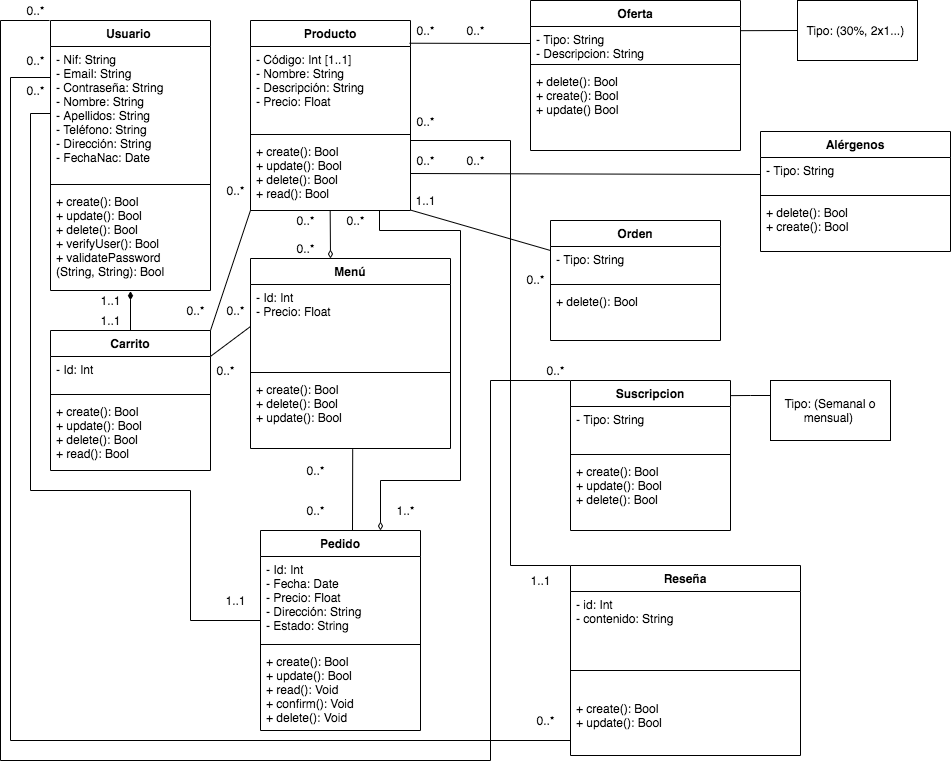
The draw.io diagram WabiSabi.png in danielapedroche/grupo-5, before a commit. Source tidied: cells renumbered, new cells last; positions are measured from the earlier drawing's top-left corner, leaving out a move shared by most shapes.
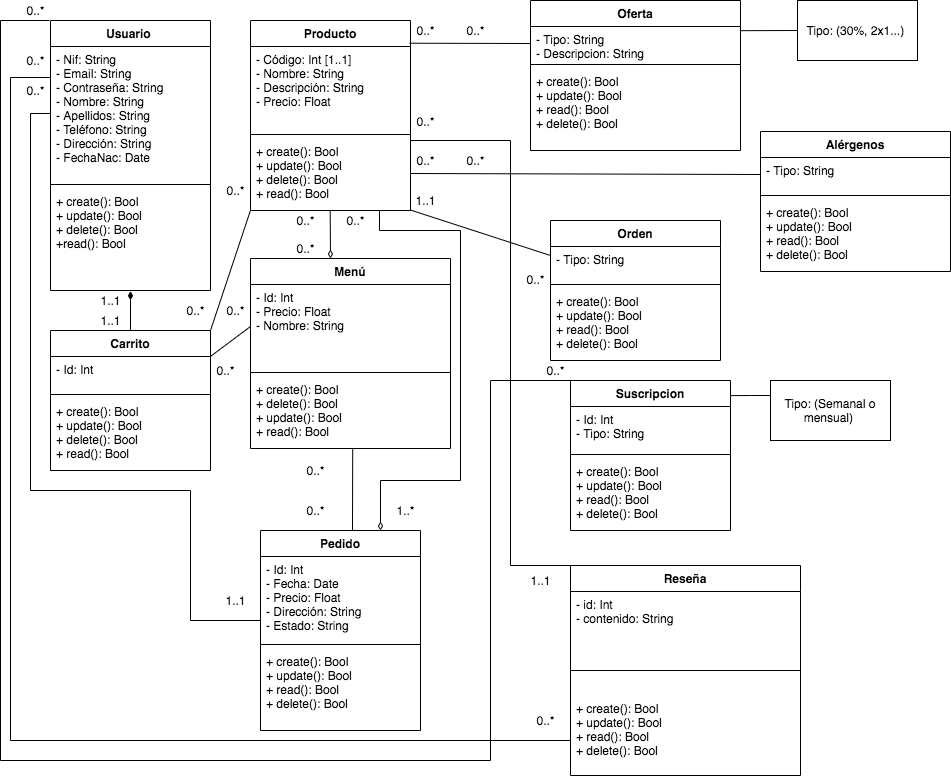
Later version of the same file.

The edit, as a diff of the source:
```diff
@@ -22,7 +22,7 @@
     <mxCell id="5" style="line;strokeWidth=1;fillColor=none;align=left;verticalAlign=middle;spacingTop=-1;spacingLeft=3;spacingRight=3;labelPosition=right;" parent="3" vertex="1">
       <mxGeometry y="160" width="160" height="8" as="geometry" />
     </mxCell>
-    <mxCell id="6" value="+ create(): Bool&#10;+ update(): Bool&#10;+ delete(): Bool&#10;+ verifyUser(): Bool&#10;+ validatePassword&#10;(String, String): Bool &#10;&#10;&#10;" style="text;strokeColor=none;fillColor=none;align=left;verticalAlign=top;spacingLeft=4;spacingRight=4;overflow=hidden;points=[[0,0.5],[1,0.5]];portConstraint=eastwest;" parent="3" vertex="1">
+    <mxCell id="6" value="+ create(): Bool&#10;+ update(): Bool&#10;+ delete(): Bool&#10;+read(): Bool" style="text;strokeColor=none;fillColor=none;align=left;verticalAlign=top;spacingLeft=4;spacingRight=4;overflow=hidden;points=[[0,0.5],[1,0.5]];portConstraint=eastwest;" parent="3" vertex="1">
       <mxGeometry y="168" width="160" height="102" as="geometry" />
     </mxCell>
     <mxCell id="7" value="Producto" style="swimlane;fontStyle=1;align=center;verticalAlign=top;horizontal=1;startSize=26;" parent="1" vertex="1">
@@ -46,7 +46,7 @@
     <mxCell id="13" style="line;strokeWidth=1;fillColor=none;align=left;verticalAlign=middle;spacingTop=-1;spacingLeft=3;spacingRight=3;labelPosition=right;" parent="11" vertex="1">
       <mxGeometry y="60" width="210" height="8" as="geometry" />
     </mxCell>
-    <mxCell id="14" value="+ delete(): Bool&#10;+ create(): Bool&#10;+ update() Bool" style="text;strokeColor=none;fillColor=none;align=left;verticalAlign=top;spacingLeft=4;spacingRight=4;overflow=hidden;" parent="11" vertex="1">
+    <mxCell id="14" value="+ create(): Bool&#10;+ update(): Bool&#10;+ read(): Bool&#10;+ delete(): Bool" style="text;strokeColor=none;fillColor=none;align=left;verticalAlign=top;spacingLeft=4;spacingRight=4;overflow=hidden;" parent="11" vertex="1">
       <mxGeometry y="68" width="210" height="82" as="geometry" />
     </mxCell>
     <mxCell id="15" value="Tipo: (30%, 2x1...)&amp;nbsp;" style="rounded=0;whiteSpace=wrap;html=1;" parent="1" vertex="1">
@@ -64,7 +64,7 @@
     <mxCell id="19" style="line;strokeWidth=1;fillColor=none;align=left;verticalAlign=middle;spacingTop=-1;spacingLeft=3;spacingRight=3;labelPosition=right;" parent="17" vertex="1">
       <mxGeometry y="110" width="160" height="8" as="geometry" />
     </mxCell>
-    <mxCell id="20" value="+ create(): Bool&#10;+ update(): Bool&#10;+ read(): Void&#10;+ confirm(): Void&#10;+ delete(): Void&#10;" style="text;strokeColor=none;fillColor=none;align=left;verticalAlign=top;spacingLeft=4;spacingRight=4;overflow=hidden;" parent="17" vertex="1">
+    <mxCell id="20" value="+ create(): Bool&#10;+ update(): Bool&#10;+ read(): Bool&#10;+ delete(): Bool" style="text;strokeColor=none;fillColor=none;align=left;verticalAlign=top;spacingLeft=4;spacingRight=4;overflow=hidden;" parent="17" vertex="1">
       <mxGeometry y="118" width="160" height="82" as="geometry" />
     </mxCell>
     <mxCell id="21" value="Carrito" style="swimlane;fontStyle=1;align=center;verticalAlign=top;horizontal=1;startSize=26;" parent="1" vertex="1">
@@ -80,7 +80,7 @@
       <mxGeometry y="68" width="160" height="72" as="geometry" />
     </mxCell>
     <mxCell id="25" value="Alérgenos" style="swimlane;fontStyle=1;align=center;verticalAlign=top;horizontal=1;startSize=26;" parent="1" vertex="1">
-      <mxGeometry x="760" y="131" width="190" height="120" as="geometry" />
+      <mxGeometry x="760" y="131" width="190" height="140" as="geometry" />
     </mxCell>
     <mxCell id="26" value="- Tipo: String" style="text;strokeColor=none;fillColor=none;align=left;verticalAlign=top;spacingLeft=4;spacingRight=4;overflow=hidden;points=[[0,0.5],[1,0.5]];portConstraint=eastwest;" parent="25" vertex="1">
       <mxGeometry y="26" width="190" height="34" as="geometry" />
@@ -88,11 +88,11 @@
     <mxCell id="27" style="line;strokeWidth=1;fillColor=none;align=left;verticalAlign=middle;spacingTop=-1;spacingLeft=3;spacingRight=3;labelPosition=right;" parent="25" vertex="1">
       <mxGeometry y="60" width="190" height="8" as="geometry" />
     </mxCell>
-    <mxCell id="28" value="+ delete(): Bool&#10;+ create(): Bool" style="text;strokeColor=none;fillColor=none;align=left;verticalAlign=top;spacingLeft=4;spacingRight=4;overflow=hidden;" parent="25" vertex="1">
-      <mxGeometry y="68" width="190" height="52" as="geometry" />
+    <mxCell id="28" value="+ create(): Bool&#10;+ update(): Bool&#10;+ read(): Bool&#10;+ delete(): Bool" style="text;strokeColor=none;fillColor=none;align=left;verticalAlign=top;spacingLeft=4;spacingRight=4;overflow=hidden;" parent="25" vertex="1">
+      <mxGeometry y="68" width="190" height="72" as="geometry" />
     </mxCell>
     <mxCell id="29" value="Orden" style="swimlane;fontStyle=1;align=center;verticalAlign=top;horizontal=1;startSize=26;" parent="1" vertex="1">
-      <mxGeometry x="550" y="220" width="170" height="120" as="geometry" />
+      <mxGeometry x="550" y="220" width="170" height="140" as="geometry" />
     </mxCell>
     <mxCell id="30" value="- Tipo: String " style="text;strokeColor=none;fillColor=none;align=left;verticalAlign=top;spacingLeft=4;spacingRight=4;overflow=hidden;" parent="29" vertex="1">
       <mxGeometry y="26" width="170" height="34" as="geometry" />
@@ -100,8 +100,8 @@
     <mxCell id="31" style="line;strokeWidth=1;fillColor=none;align=left;verticalAlign=middle;spacingTop=-1;spacingLeft=3;spacingRight=3;labelPosition=right;" parent="29" vertex="1">
       <mxGeometry y="60" width="170" height="8" as="geometry" />
     </mxCell>
-    <mxCell id="32" value="+ delete(): Bool" style="text;strokeColor=none;fillColor=none;align=left;verticalAlign=top;spacingLeft=4;spacingRight=4;overflow=hidden;" parent="29" vertex="1">
-      <mxGeometry y="68" width="170" height="52" as="geometry" />
+    <mxCell id="32" value="+ create(): Bool&#10;+ update(): Bool&#10;+ read(): Bool&#10;+ delete(): Bool" style="text;strokeColor=none;fillColor=none;align=left;verticalAlign=top;spacingLeft=4;spacingRight=4;overflow=hidden;" parent="29" vertex="1">
+      <mxGeometry y="68" width="170" height="72" as="geometry" />
     </mxCell>
     <mxCell id="33" style="endArrow=diamondThin;html=1;entryX=0.4;entryY=0;entryDx=0;entryDy=0;exitX=0.498;exitY=1.004;exitDx=0;exitDy=0;exitPerimeter=0;endFill=0;entryPerimeter=0;" parent="1" edge="1" source="10" target="34">
       <mxGeometry relative="1" as="geometry" />
@@ -109,13 +109,13 @@
     <mxCell id="34" value="Menú" style="swimlane;fontStyle=1;align=center;verticalAlign=top;horizontal=1;startSize=26;" parent="1" vertex="1">
       <mxGeometry x="250" y="258" width="200" height="190" as="geometry" />
     </mxCell>
-    <mxCell id="35" value="- Id: Int&#10;- Precio: Float" style="text;strokeColor=none;fillColor=none;align=left;verticalAlign=top;spacingLeft=4;spacingRight=4;overflow=hidden;points=[[0,0.5],[1,0.5]];portConstraint=eastwest;" parent="34" vertex="1">
+    <mxCell id="35" value="- Id: Int&#10;- Precio: Float&#10;- Nombre: String" style="text;strokeColor=none;fillColor=none;align=left;verticalAlign=top;spacingLeft=4;spacingRight=4;overflow=hidden;points=[[0,0.5],[1,0.5]];portConstraint=eastwest;" parent="34" vertex="1">
       <mxGeometry y="26" width="200" height="84" as="geometry" />
     </mxCell>
     <mxCell id="36" style="line;strokeWidth=1;fillColor=none;align=left;verticalAlign=middle;spacingTop=-1;spacingLeft=3;spacingRight=3;labelPosition=right;" parent="34" vertex="1">
       <mxGeometry y="110" width="200" height="8" as="geometry" />
     </mxCell>
-    <mxCell id="37" value="+ create(): Bool&#10;+ delete(): Bool&#10;+ update(): Bool" style="text;strokeColor=none;fillColor=none;align=left;verticalAlign=top;spacingLeft=4;spacingRight=4;overflow=hidden;points=[[0,0.5],[1,0.5]];portConstraint=eastwest;" parent="34" vertex="1">
+    <mxCell id="37" value="+ create(): Bool&#10;+ delete(): Bool&#10;+ update(): Bool&#10;+ read(): Bool" style="text;strokeColor=none;fillColor=none;align=left;verticalAlign=top;spacingLeft=4;spacingRight=4;overflow=hidden;points=[[0,0.5],[1,0.5]];portConstraint=eastwest;" parent="34" vertex="1">
       <mxGeometry y="118" width="200" height="72" as="geometry" />
     </mxCell>
     <mxCell id="38" value="0..*" style="text;html=1;align=center;verticalAlign=middle;strokeColor=none;" parent="1" vertex="1">
@@ -227,13 +227,13 @@
     <mxCell id="67" value="Suscripcion" style="swimlane;fontStyle=1;align=center;verticalAlign=top;horizontal=1;startSize=26;" parent="1" vertex="1">
       <mxGeometry x="570" y="380" width="160" height="150" as="geometry" />
     </mxCell>
-    <mxCell id="68" value="- Tipo: String" style="text;strokeColor=none;fillColor=none;align=left;verticalAlign=top;spacingLeft=4;spacingRight=4;overflow=hidden;" parent="67" vertex="1">
+    <mxCell id="68" value="- Id: Int&#10;- Tipo: String" style="text;strokeColor=none;fillColor=none;align=left;verticalAlign=top;spacingLeft=4;spacingRight=4;overflow=hidden;" parent="67" vertex="1">
       <mxGeometry y="26" width="160" height="44" as="geometry" />
     </mxCell>
     <mxCell id="69" style="line;strokeWidth=1;fillColor=none;align=left;verticalAlign=middle;spacingTop=-1;spacingLeft=3;spacingRight=3;labelPosition=right;" parent="67" vertex="1">
       <mxGeometry y="70" width="160" height="8" as="geometry" />
     </mxCell>
-    <mxCell id="70" value="+ create(): Bool&#10;+ update(): Bool&#10;+ delete(): Bool" style="text;strokeColor=none;fillColor=none;align=left;verticalAlign=top;spacingLeft=4;spacingRight=4;overflow=hidden;" parent="67" vertex="1">
+    <mxCell id="70" value="+ create(): Bool&#10;+ update(): Bool&#10;+ read(): Bool&#10;+ delete(): Bool" style="text;strokeColor=none;fillColor=none;align=left;verticalAlign=top;spacingLeft=4;spacingRight=4;overflow=hidden;" parent="67" vertex="1">
       <mxGeometry y="78" width="160" height="72" as="geometry" />
     </mxCell>
     <mxCell id="71" style="edgeStyle=orthogonalEdgeStyle;rounded=0;jettySize=auto;html=1;exitX=0;exitY=0.25;exitDx=0;exitDy=0;endArrow=none;endFill=0;" parent="1" edge="1" source="72">
@@ -261,7 +261,7 @@
       </mxGeometry>
     </mxCell>
     <mxCell id="76" value="Reseña" style="swimlane;fontStyle=1;align=center;verticalAlign=top;horizontal=1;startSize=26;" parent="1" vertex="1">
-      <mxGeometry x="570" y="565" width="230" height="190" as="geometry" />
+      <mxGeometry x="570" y="565" width="230" height="210" as="geometry" />
     </mxCell>
     <mxCell id="77" value="- id: Int&#10;- contenido: String&#10;" style="text;strokeColor=none;fillColor=none;align=left;verticalAlign=top;spacingLeft=4;spacingRight=4;overflow=hidden;" parent="76" vertex="1">
       <mxGeometry y="26" width="230" height="54" as="geometry" />
@@ -269,8 +269,8 @@
     <mxCell id="78" style="line;strokeWidth=1;fillColor=none;align=left;verticalAlign=middle;spacingTop=-1;spacingLeft=3;spacingRight=3;labelPosition=right;" parent="76" vertex="1">
       <mxGeometry y="80" width="230" height="50" as="geometry" />
     </mxCell>
-    <mxCell id="79" value="+ create(): Bool&#10;+ update(): Bool" style="text;strokeColor=none;fillColor=none;align=left;verticalAlign=top;spacingLeft=4;spacingRight=4;overflow=hidden;" parent="76" vertex="1">
-      <mxGeometry y="130" width="230" height="60" as="geometry" />
+    <mxCell id="79" value="+ create(): Bool&#10;+ update(): Bool&#10;+ read(): Bool&#10;+ delete(): Bool" style="text;strokeColor=none;fillColor=none;align=left;verticalAlign=top;spacingLeft=4;spacingRight=4;overflow=hidden;" parent="76" vertex="1">
+      <mxGeometry y="130" width="230" height="80" as="geometry" />
     </mxCell>
     <mxCell id="80" value="1..1" style="text;html=1;align=center;verticalAlign=middle;strokeColor=none;" parent="1" vertex="1">
       <mxGeometry x="520" y="570" width="40" height="20" as="geometry" />
```
